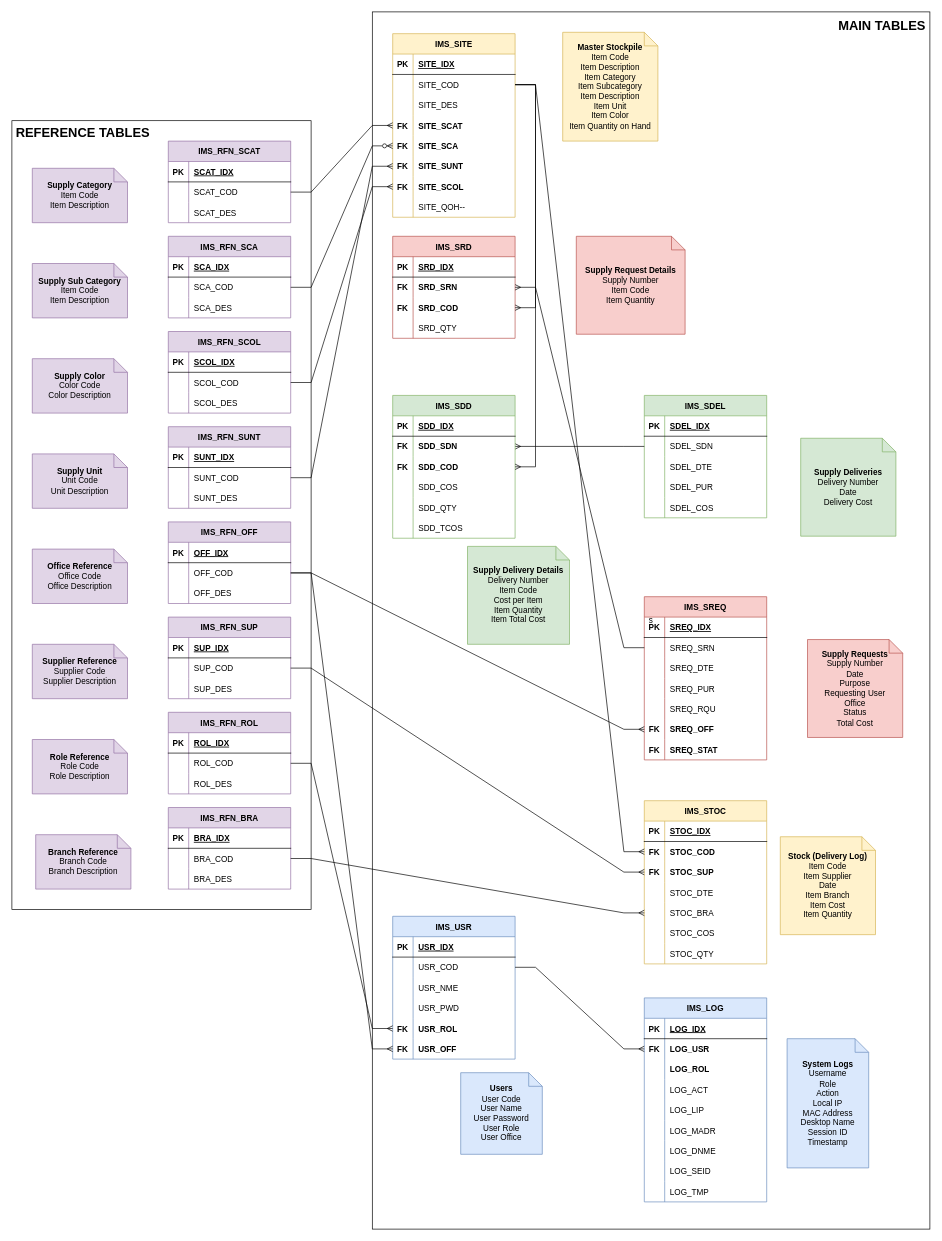
The draw.io diagram docs/IMS Relational Diagram.drawio in nullblank/IMS, before the edit. Source tidied: cells renumbered, new cells numbered last; positions are measured from the earlier drawing's top-left corner, leaving out a move shared by most shapes. Both pictures are drawn from the tidied source at 68%, with x=0, y=0 at pixel (12, 12).
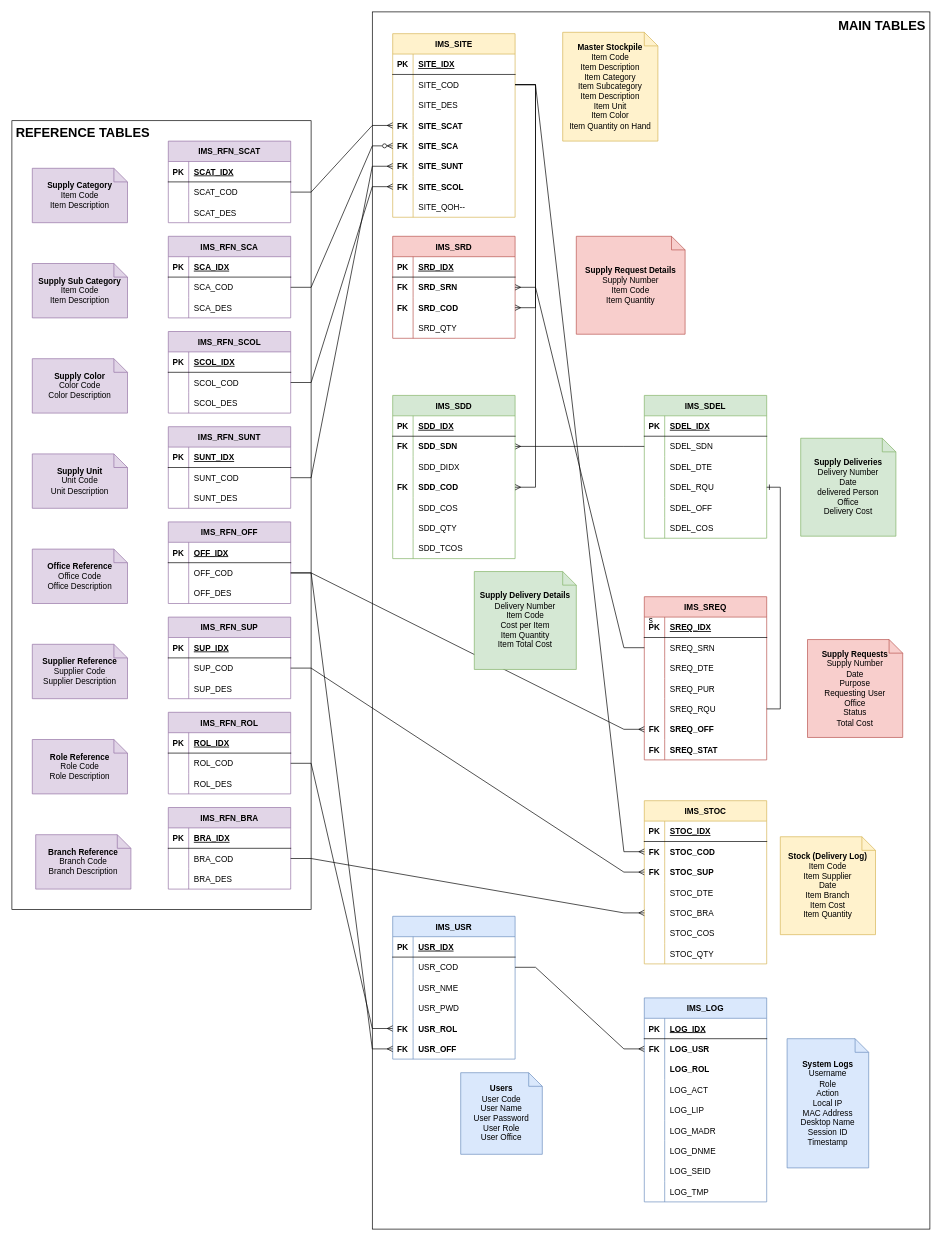
The same diagram, later.

The change refers to these unchanged cells:
```xml
<mxCell id="87" style="shape=tableRow;horizontal=0;startSize=0;swimlaneHead=0;swimlaneBody=0;fillColor=none;points=[[0,0.5],[1,0.5]];portConstraint=eastwest;top=0;left=0;right=0;bottom=0;" parent="74" vertex="1">
  <mxGeometry y="150" width="180" height="30" as="geometry" />
</mxCell>
<mxCell id="197" style="shape=tableRow;horizontal=0;startSize=0;swimlaneHead=0;swimlaneBody=0;fillColor=none;points=[[0,0.5],[1,0.5]];portConstraint=eastwest;top=0;left=0;right=0;bottom=0;" parent="187" vertex="1">
  <mxGeometry y="120" width="180" height="30" as="geometry" />
</mxCell>
```

The edit, as a diff of the source:
```diff
@@
     <mxCell id="187" value="IMS_SDEL" style="shape=table;startSize=30;childLayout=tableLayout;rowLines=0;fontStyle=1;align=center;fillColor=#d5e8d4;strokeColor=#82b366;" parent="1" vertex="1">
-      <mxGeometry x="930" y="564" width="180" height="180" as="geometry" />
+      <mxGeometry x="930" y="564" width="180" height="210" as="geometry" />
     </mxCell>
@@
-    <mxCell id="198" style="shape=partialRectangle;fillColor=none;top=0;left=0;bottom=0;right=0;overflow=hidden;" parent="197" vertex="1">
-      <mxGeometry width="30" height="30" as="geometry" />
-    </mxCell>
-    <mxCell id="199" value="SDEL_PUR" style="shape=partialRectangle;fillColor=none;top=0;left=0;bottom=0;right=0;align=left;spacingLeft=6;overflow=hidden;" parent="197" vertex="1">
-      <mxGeometry x="30" width="150" height="30" as="geometry" />
-    </mxCell>
+    <mxCell id="281" style="shape=partialRectangle;fillColor=none;top=0;left=0;bottom=0;right=0;overflow=hidden;" parent="197" vertex="1">
+      <mxGeometry width="30" height="30" as="geometry" />
+    </mxCell>
+    <mxCell id="282" value="SDEL_RQU" style="shape=partialRectangle;fillColor=none;top=0;left=0;bottom=0;right=0;align=left;spacingLeft=6;overflow=hidden;" parent="197" vertex="1">
+      <mxGeometry x="30" width="150" height="30" as="geometry" />
+    </mxCell>
+    <mxCell id="283" style="shape=tableRow;horizontal=0;startSize=0;swimlaneHead=0;swimlaneBody=0;fillColor=none;top=0;left=0;right=0;bottom=0;" parent="187" vertex="1">
+      <mxGeometry y="150" width="180" height="30" as="geometry" />
+    </mxCell>
+    <mxCell id="284" style="shape=partialRectangle;fillColor=none;top=0;left=0;bottom=0;right=0;overflow=hidden;" parent="283" vertex="1">
+      <mxGeometry width="30" height="30" as="geometry" />
+    </mxCell>
+    <mxCell id="285" value="SDEL_OFF" style="shape=partialRectangle;fillColor=none;top=0;left=0;bottom=0;right=0;align=left;spacingLeft=6;overflow=hidden;" parent="283" vertex="1">
+      <mxGeometry x="30" width="150" height="30" as="geometry" />
+    </mxCell>
     <mxCell id="200" style="shape=tableRow;horizontal=0;startSize=0;swimlaneHead=0;swimlaneBody=0;fillColor=none;top=0;left=0;right=0;bottom=0;" parent="187" vertex="1">
-      <mxGeometry y="150" width="180" height="30" as="geometry" />
+      <mxGeometry y="180" width="180" height="30" as="geometry" />
     </mxCell>
@@
     <mxCell id="210" value="IMS_SDD" style="shape=table;startSize=30;childLayout=tableLayout;rowLines=0;fontStyle=1;align=center;fillColor=#d5e8d4;strokeColor=#82b366;" parent="1" vertex="1">
-      <mxGeometry x="560" y="564" width="180" height="210" as="geometry" />
+      <mxGeometry x="560" y="564" width="180" height="240" as="geometry" />
     </mxCell>
@@
+    <mxCell id="286" style="shape=tableRow;horizontal=0;startSize=0;swimlaneHead=0;swimlaneBody=0;fillColor=none;top=0;left=0;right=0;bottom=0;" parent="210" vertex="1">
+      <mxGeometry y="90" width="180" height="30" as="geometry" />
+    </mxCell>
+    <mxCell id="287" style="shape=partialRectangle;fillColor=none;top=0;left=0;bottom=0;right=0;overflow=hidden;" parent="286" vertex="1">
+      <mxGeometry width="30" height="30" as="geometry" />
+    </mxCell>
+    <mxCell id="288" value="SDD_DIDX" style="shape=partialRectangle;fillColor=none;top=0;left=0;bottom=0;right=0;align=left;spacingLeft=6;overflow=hidden;" parent="286" vertex="1">
+      <mxGeometry x="30" width="150" height="30" as="geometry" />
+    </mxCell>
     <mxCell id="217" style="shape=tableRow;horizontal=0;startSize=0;swimlaneHead=0;swimlaneBody=0;fillColor=none;points=[[0,0.5],[1,0.5]];portConstraint=eastwest;top=0;left=0;right=0;bottom=0;" parent="210" vertex="1">
-      <mxGeometry y="90" width="180" height="30" as="geometry" />
+      <mxGeometry y="120" width="180" height="30" as="geometry" />
     </mxCell>
@@
     <mxCell id="220" style="shape=tableRow;horizontal=0;startSize=0;swimlaneHead=0;swimlaneBody=0;fillColor=none;top=0;left=0;right=0;bottom=0;" parent="210" vertex="1">
-      <mxGeometry y="120" width="180" height="30" as="geometry" />
+      <mxGeometry y="150" width="180" height="30" as="geometry" />
     </mxCell>
@@
     <mxCell id="223" style="shape=tableRow;horizontal=0;startSize=0;swimlaneHead=0;swimlaneBody=0;fillColor=none;top=0;left=0;right=0;bottom=0;" parent="210" vertex="1">
-      <mxGeometry y="150" width="180" height="30" as="geometry" />
+      <mxGeometry y="180" width="180" height="30" as="geometry" />
     </mxCell>
@@
     <mxCell id="226" style="shape=tableRow;horizontal=0;startSize=0;swimlaneHead=0;swimlaneBody=0;fillColor=none;top=0;left=0;right=0;bottom=0;" parent="210" vertex="1">
-      <mxGeometry y="180" width="180" height="30" as="geometry" />
+      <mxGeometry y="210" width="180" height="30" as="geometry" />
     </mxCell>
@@
-    <mxCell id="235" value="&lt;b&gt;Supply Deliveries&lt;/b&gt;&lt;br&gt;Delivery Number&lt;br&gt;Date&lt;br&gt;Delivery Cost" style="shape=note;size=20;whiteSpace=wrap;html=1;fillColor=#d5e8d4;strokeColor=#82b366;" parent="1" vertex="1">
+    <mxCell id="235" value="&lt;b&gt;Supply Deliveries&lt;/b&gt;&lt;br&gt;Delivery Number&lt;br&gt;Date&lt;br&gt;delivered Person&lt;br&gt;Office&lt;br&gt;Delivery Cost" style="shape=note;size=20;whiteSpace=wrap;html=1;fillColor=#d5e8d4;strokeColor=#82b366;" parent="1" vertex="1">
       <mxGeometry x="1160" y="627" width="140" height="144" as="geometry" />
     </mxCell>
     <mxCell id="236" value="&lt;b&gt;Supply Delivery Details&lt;/b&gt;&lt;br&gt;Delivery Number&lt;br&gt;Item Code&lt;br&gt;Cost per Item&lt;br&gt;Item Quantity&lt;br&gt;Item Total Cost" style="shape=note;size=20;whiteSpace=wrap;html=1;fillColor=#d5e8d4;strokeColor=#82b366;" parent="1" vertex="1">
-      <mxGeometry x="670" y="786" width="150" height="144" as="geometry" />
+      <mxGeometry x="680" y="823" width="150" height="144" as="geometry" />
     </mxCell>
@@
+    <mxCell id="289" style="edgeStyle=orthogonalEdgeStyle;rounded=0;jettySize=auto;html=1;exitX=1;exitY=0.5;exitDx=0;exitDy=0;entryX=1;entryY=0.5;entryDx=0;entryDy=0;endArrow=ERone;endFill=0;" parent="1" edge="1" source="87" target="197">
+      <mxGeometry relative="1" as="geometry" />
+    </mxCell>
```
